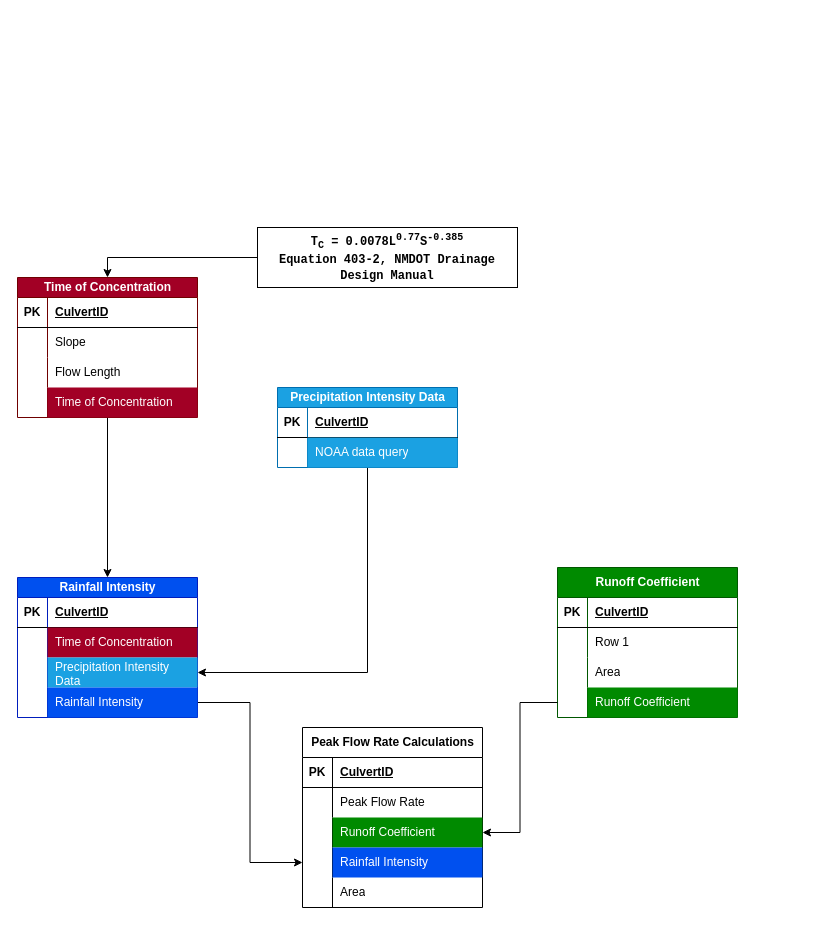
Above: NMDOT_SCHEMA.drawio in KyAshby-hdr/ArcGISProToolsAndScripts (draw.io), before the change. Source tidied: cells renumbered, new cells numbered last; positions are measured from the earlier drawing's top-left corner, leaving out a move shared by most shapes. Both pictures are drawn from the tidied source at 100%, with x=0, y=0 at pixel (17, 227).
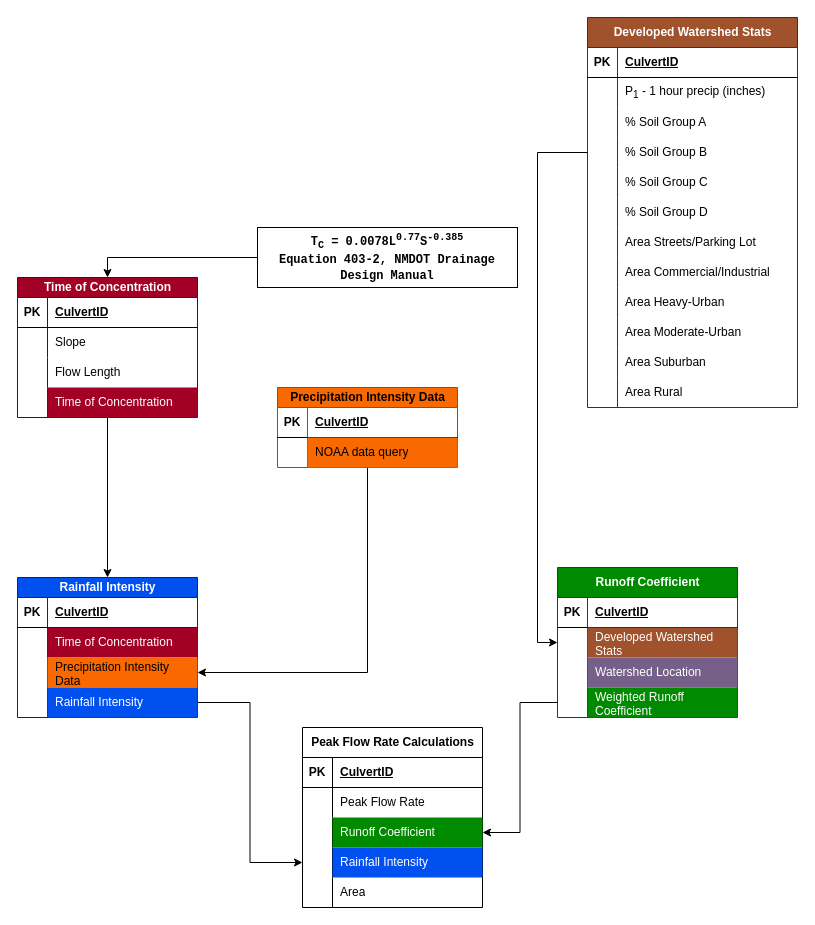
The same diagram, later.

The change refers to these unchanged cells:
```xml
<mxCell id="28" style="shape=tableRow;horizontal=0;startSize=0;swimlaneHead=0;swimlaneBody=0;fillColor=none;points=[[0,0.5],[1,0.5]];portConstraint=eastwest;top=0;left=0;right=0;bottom=0;" parent="21" vertex="1">
  <mxGeometry y="80" width="180" height="30" as="geometry" />
</mxCell>
<mxCell id="38" style="shape=tableRow;horizontal=0;startSize=0;swimlaneHead=0;swimlaneBody=0;fillColor=none;points=[[0,0.5],[1,0.5]];portConstraint=eastwest;top=0;left=0;right=0;bottom=0;" parent="34" vertex="1">
  <mxGeometry y="60" width="180" height="30" as="geometry" />
</mxCell>
<mxCell id="41" style="shape=tableRow;horizontal=0;startSize=0;swimlaneHead=0;swimlaneBody=0;fillColor=none;top=0;left=0;right=0;bottom=0;" parent="34" vertex="1">
  <mxGeometry y="90" width="180" height="30" as="geometry" />
</mxCell>
<mxCell id="44" style="shape=tableRow;horizontal=0;startSize=0;swimlaneHead=0;swimlaneBody=0;fillColor=none;points=[[0,0.5],[1,0.5]];portConstraint=eastwest;top=0;left=0;right=0;bottom=0;" parent="34" vertex="1">
  <mxGeometry y="120" width="180" height="30" as="geometry" />
</mxCell>
<mxCell id="67" style="shape=tableRow;horizontal=0;startSize=0;swimlaneHead=0;swimlaneBody=0;fillColor=none;top=0;left=0;right=0;bottom=0;" parent="63" vertex="1">
  <mxGeometry y="50" width="180" height="30" as="geometry" />
</mxCell>
```

Change to the diagram source:
```diff
@@
-    <mxCell id="30" value="Precipitation Intensity Data" style="shape=partialRectangle;fillColor=#1ba1e2;top=0;left=0;bottom=0;right=0;align=left;spacingLeft=6;overflow=hidden;whiteSpace=wrap;html=1;fontColor=#ffffff;strokeColor=#006EAF;" parent="28" vertex="1">
+    <mxCell id="30" value="Precipitation Intensity Data" style="shape=partialRectangle;fillColor=#fa6800;top=0;left=0;bottom=0;right=0;align=left;spacingLeft=6;overflow=hidden;whiteSpace=wrap;html=1;fontColor=#000000;strokeColor=#C73500;" parent="28" vertex="1">
       <mxGeometry x="30" width="150" height="30" as="geometry" />
     </mxCell>
@@
-    <mxCell id="40" value="Row 1" style="shape=partialRectangle;fillColor=none;top=0;left=0;bottom=0;right=0;align=left;spacingLeft=6;overflow=hidden;whiteSpace=wrap;html=1;" parent="38" vertex="1">
+    <mxCell id="40" value="Developed Watershed Stats" style="shape=partialRectangle;fillColor=#a0522d;top=0;left=0;bottom=0;right=0;align=left;spacingLeft=6;overflow=hidden;whiteSpace=wrap;html=1;fontColor=#ffffff;strokeColor=#6D1F00;" parent="38" vertex="1">
       <mxGeometry x="30" width="150" height="30" as="geometry" />
     </mxCell>
@@
-    <mxCell id="42" style="shape=partialRectangle;fillColor=none;top=0;left=0;bottom=0;right=0;overflow=hidden;whiteSpace=wrap;html=1;" parent="41" vertex="1">
-      <mxGeometry width="30" height="30" as="geometry" />
-    </mxCell>
-    <mxCell id="43" value="Area" style="shape=partialRectangle;fillColor=none;top=0;left=0;bottom=0;right=0;align=left;spacingLeft=6;overflow=hidden;whiteSpace=wrap;html=1;" parent="41" vertex="1">
-      <mxGeometry x="30" width="150" height="30" as="geometry" />
-    </mxCell>
+    <mxCell id="70" style="shape=partialRectangle;fillColor=none;top=0;left=0;bottom=0;right=0;overflow=hidden;whiteSpace=wrap;html=1;" parent="41" vertex="1">
+      <mxGeometry width="30" height="30" as="geometry" />
+    </mxCell>
+    <mxCell id="71" value="Watershed Location" style="shape=partialRectangle;fillColor=#76608a;top=0;left=0;bottom=0;right=0;align=left;spacingLeft=6;overflow=hidden;whiteSpace=wrap;html=1;fontColor=#ffffff;strokeColor=#432D57;" parent="41" vertex="1">
+      <mxGeometry x="30" width="150" height="30" as="geometry" />
+    </mxCell>
@@
-    <mxCell id="46" value="Runoff Coefficient" style="shape=partialRectangle;fillColor=#008a00;top=0;left=0;bottom=0;right=0;align=left;spacingLeft=6;overflow=hidden;whiteSpace=wrap;html=1;fontColor=#ffffff;strokeColor=#005700;" parent="44" vertex="1">
+    <mxCell id="46" value="Weighted Runoff Coefficient" style="shape=partialRectangle;fillColor=#008a00;top=0;left=0;bottom=0;right=0;align=left;spacingLeft=6;overflow=hidden;whiteSpace=wrap;html=1;fontColor=#ffffff;strokeColor=#005700;" parent="44" vertex="1">
       <mxGeometry x="30" width="150" height="30" as="geometry" />
     </mxCell>
@@
-    <mxCell id="63" value="Precipitation Intensity Data" style="shape=table;startSize=20;childLayout=tableLayout;rowLines=0;fontStyle=1;align=center;html=1;fillColor=#1ba1e2;fontColor=#ffffff;strokeColor=#006EAF;swimlaneLine=1;" parent="1" vertex="1">
+    <mxCell id="63" value="Precipitation Intensity Data" style="shape=table;startSize=20;childLayout=tableLayout;rowLines=0;fontStyle=1;align=center;html=1;fillColor=#fa6800;fontColor=#000000;strokeColor=#C73500;swimlaneLine=1;" parent="1" vertex="1">
       <mxGeometry x="260" y="160" width="180" height="80" as="geometry" />
     </mxCell>
@@
-    <mxCell id="69" value="NOAA data query" style="shape=partialRectangle;fillColor=#1ba1e2;top=0;left=0;bottom=0;right=0;align=left;spacingLeft=6;overflow=hidden;whiteSpace=wrap;html=1;fontColor=#ffffff;strokeColor=#006EAF;" parent="67" vertex="1">
+    <mxCell id="69" value="NOAA data query" style="shape=partialRectangle;fillColor=#fa6800;top=0;left=0;bottom=0;right=0;align=left;spacingLeft=6;overflow=hidden;whiteSpace=wrap;html=1;fontColor=#000000;strokeColor=#C73500;" parent="67" vertex="1">
       <mxGeometry x="30" width="150" height="30" as="geometry" />
     </mxCell>
+    <mxCell id="72" value="Developed Watershed Stats" style="shape=table;startSize=30;childLayout=tableLayout;rowLines=0;fontStyle=1;align=center;html=1;fillColor=#a0522d;fontColor=#ffffff;strokeColor=#6D1F00;" parent="1" vertex="1">
+      <mxGeometry x="570" y="-210" width="210" height="390" as="geometry" />
+    </mxCell>
+    <mxCell id="73" style="shape=tableRow;horizontal=0;startSize=0;swimlaneHead=0;swimlaneBody=0;fillColor=none;top=0;left=0;right=0;bottom=1;" parent="72" vertex="1">
+      <mxGeometry y="30" width="210" height="30" as="geometry" />
+    </mxCell>
+    <mxCell id="74" value="PK" style="shape=partialRectangle;fillColor=none;top=0;left=0;bottom=0;right=0;fontStyle=1;overflow=hidden;whiteSpace=wrap;html=1;" parent="73" vertex="1">
+      <mxGeometry width="30" height="30" as="geometry" />
+    </mxCell>
+    <mxCell id="75" value="CulvertID" style="shape=partialRectangle;fillColor=none;top=0;left=0;bottom=0;right=0;align=left;spacingLeft=6;fontStyle=5;overflow=hidden;whiteSpace=wrap;html=1;" parent="73" vertex="1">
+      <mxGeometry x="30" width="180" height="30" as="geometry" />
+    </mxCell>
+    <mxCell id="76" style="shape=tableRow;horizontal=0;startSize=0;swimlaneHead=0;swimlaneBody=0;fillColor=none;top=0;left=0;right=0;bottom=0;" parent="72" vertex="1">
+      <mxGeometry y="60" width="210" height="30" as="geometry" />
+    </mxCell>
+    <mxCell id="77" style="shape=partialRectangle;fillColor=none;top=0;left=0;bottom=0;right=0;overflow=hidden;whiteSpace=wrap;html=1;" parent="76" vertex="1">
+      <mxGeometry width="30" height="30" as="geometry" />
+    </mxCell>
+    <mxCell id="78" value="P&lt;sub&gt;1&lt;/sub&gt; - 1 hour precip (inches)" style="shape=partialRectangle;fillColor=none;top=0;left=0;bottom=0;right=0;align=left;spacingLeft=6;overflow=hidden;whiteSpace=wrap;html=1;" parent="76" vertex="1">
+      <mxGeometry x="30" width="180" height="30" as="geometry" />
+    </mxCell>
+    <mxCell id="79" style="shape=tableRow;horizontal=0;startSize=0;swimlaneHead=0;swimlaneBody=0;fillColor=none;top=0;left=0;right=0;bottom=0;" parent="72" vertex="1">
+      <mxGeometry y="90" width="210" height="30" as="geometry" />
+    </mxCell>
+    <mxCell id="80" style="shape=partialRectangle;fillColor=none;top=0;left=0;bottom=0;right=0;overflow=hidden;whiteSpace=wrap;html=1;" parent="79" vertex="1">
+      <mxGeometry width="30" height="30" as="geometry" />
+    </mxCell>
+    <mxCell id="81" value="% Soil Group A" style="shape=partialRectangle;fillColor=none;top=0;left=0;bottom=0;right=0;align=left;spacingLeft=6;overflow=hidden;whiteSpace=wrap;html=1;" parent="79" vertex="1">
+      <mxGeometry x="30" width="180" height="30" as="geometry" />
+    </mxCell>
+    <mxCell id="82" style="shape=tableRow;horizontal=0;startSize=0;swimlaneHead=0;swimlaneBody=0;fillColor=none;points=[[0,0.5],[1,0.5]];portConstraint=eastwest;top=0;left=0;right=0;bottom=0;" parent="72" vertex="1">
+      <mxGeometry y="120" width="210" height="30" as="geometry" />
+    </mxCell>
+    <mxCell id="83" style="shape=partialRectangle;fillColor=none;top=0;left=0;bottom=0;right=0;overflow=hidden;whiteSpace=wrap;html=1;" parent="82" vertex="1">
+      <mxGeometry width="30" height="30" as="geometry" />
+    </mxCell>
+    <mxCell id="84" value="% Soil Group B" style="shape=partialRectangle;fillColor=none;top=0;left=0;bottom=0;right=0;align=left;spacingLeft=6;overflow=hidden;whiteSpace=wrap;html=1;" parent="82" vertex="1">
+      <mxGeometry x="30" width="180" height="30" as="geometry" />
+    </mxCell>
+    <mxCell id="85" style="shape=tableRow;horizontal=0;startSize=0;swimlaneHead=0;swimlaneBody=0;fillColor=none;top=0;left=0;right=0;bottom=0;" parent="72" vertex="1">
+      <mxGeometry y="150" width="210" height="30" as="geometry" />
+    </mxCell>
+    <mxCell id="86" style="shape=partialRectangle;fillColor=none;top=0;left=0;bottom=0;right=0;overflow=hidden;whiteSpace=wrap;html=1;" parent="85" vertex="1">
+      <mxGeometry width="30" height="30" as="geometry" />
+    </mxCell>
+    <mxCell id="87" value="% Soil Group C" style="shape=partialRectangle;fillColor=none;top=0;left=0;bottom=0;right=0;align=left;spacingLeft=6;overflow=hidden;whiteSpace=wrap;html=1;" parent="85" vertex="1">
+      <mxGeometry x="30" width="180" height="30" as="geometry" />
+    </mxCell>
+    <mxCell id="88" style="shape=tableRow;horizontal=0;startSize=0;swimlaneHead=0;swimlaneBody=0;fillColor=none;top=0;left=0;right=0;bottom=0;" parent="72" vertex="1">
+      <mxGeometry y="180" width="210" height="30" as="geometry" />
+    </mxCell>
+    <mxCell id="89" style="shape=partialRectangle;fillColor=none;top=0;left=0;bottom=0;right=0;overflow=hidden;whiteSpace=wrap;html=1;" parent="88" vertex="1">
+      <mxGeometry width="30" height="30" as="geometry" />
+    </mxCell>
+    <mxCell id="90" value="% Soil Group D" style="shape=partialRectangle;fillColor=none;top=0;left=0;bottom=0;right=0;align=left;spacingLeft=6;overflow=hidden;whiteSpace=wrap;html=1;" parent="88" vertex="1">
+      <mxGeometry x="30" width="180" height="30" as="geometry" />
+    </mxCell>
+    <mxCell id="91" style="shape=tableRow;horizontal=0;startSize=0;swimlaneHead=0;swimlaneBody=0;fillColor=none;top=0;left=0;right=0;bottom=0;" parent="72" vertex="1">
+      <mxGeometry y="210" width="210" height="30" as="geometry" />
+    </mxCell>
+    <mxCell id="92" style="shape=partialRectangle;fillColor=none;top=0;left=0;bottom=0;right=0;overflow=hidden;whiteSpace=wrap;html=1;" parent="91" vertex="1">
+      <mxGeometry width="30" height="30" as="geometry" />
+    </mxCell>
+    <mxCell id="93" value="Area Streets/Parking Lot" style="shape=partialRectangle;fillColor=none;top=0;left=0;bottom=0;right=0;align=left;spacingLeft=6;overflow=hidden;whiteSpace=wrap;html=1;" parent="91" vertex="1">
+      <mxGeometry x="30" width="180" height="30" as="geometry" />
+    </mxCell>
+    <mxCell id="94" style="shape=tableRow;horizontal=0;startSize=0;swimlaneHead=0;swimlaneBody=0;fillColor=none;top=0;left=0;right=0;bottom=0;" parent="72" vertex="1">
+      <mxGeometry y="240" width="210" height="30" as="geometry" />
+    </mxCell>
+    <mxCell id="95" style="shape=partialRectangle;fillColor=none;top=0;left=0;bottom=0;right=0;overflow=hidden;whiteSpace=wrap;html=1;" parent="94" vertex="1">
+      <mxGeometry width="30" height="30" as="geometry" />
+    </mxCell>
+    <mxCell id="96" value="Area Commercial/Industrial" style="shape=partialRectangle;fillColor=none;top=0;left=0;bottom=0;right=0;align=left;spacingLeft=6;overflow=hidden;whiteSpace=wrap;html=1;" parent="94" vertex="1">
+      <mxGeometry x="30" width="180" height="30" as="geometry" />
+    </mxCell>
+    <mxCell id="97" style="shape=tableRow;horizontal=0;startSize=0;swimlaneHead=0;swimlaneBody=0;fillColor=none;top=0;left=0;right=0;bottom=0;" parent="72" vertex="1">
+      <mxGeometry y="270" width="210" height="30" as="geometry" />
+    </mxCell>
+    <mxCell id="98" style="shape=partialRectangle;fillColor=none;top=0;left=0;bottom=0;right=0;overflow=hidden;whiteSpace=wrap;html=1;" parent="97" vertex="1">
+      <mxGeometry width="30" height="30" as="geometry" />
+    </mxCell>
+    <mxCell id="99" value="Area Heavy-Urban" style="shape=partialRectangle;fillColor=none;top=0;left=0;bottom=0;right=0;align=left;spacingLeft=6;overflow=hidden;whiteSpace=wrap;html=1;" parent="97" vertex="1">
+      <mxGeometry x="30" width="180" height="30" as="geometry" />
+    </mxCell>
+    <mxCell id="100" style="shape=tableRow;horizontal=0;startSize=0;swimlaneHead=0;swimlaneBody=0;fillColor=none;top=0;left=0;right=0;bottom=0;" parent="72" vertex="1">
+      <mxGeometry y="300" width="210" height="30" as="geometry" />
+    </mxCell>
+    <mxCell id="101" style="shape=partialRectangle;fillColor=none;top=0;left=0;bottom=0;right=0;overflow=hidden;whiteSpace=wrap;html=1;" parent="100" vertex="1">
+      <mxGeometry width="30" height="30" as="geometry" />
+    </mxCell>
+    <mxCell id="102" value="Area Moderate-Urban" style="shape=partialRectangle;fillColor=none;top=0;left=0;bottom=0;right=0;align=left;spacingLeft=6;overflow=hidden;whiteSpace=wrap;html=1;" parent="100" vertex="1">
+      <mxGeometry x="30" width="180" height="30" as="geometry" />
+    </mxCell>
+    <mxCell id="103" style="shape=tableRow;horizontal=0;startSize=0;swimlaneHead=0;swimlaneBody=0;fillColor=none;top=0;left=0;right=0;bottom=0;" parent="72" vertex="1">
+      <mxGeometry y="330" width="210" height="30" as="geometry" />
+    </mxCell>
+    <mxCell id="104" style="shape=partialRectangle;fillColor=none;top=0;left=0;bottom=0;right=0;overflow=hidden;whiteSpace=wrap;html=1;" parent="103" vertex="1">
+      <mxGeometry width="30" height="30" as="geometry" />
+    </mxCell>
+    <mxCell id="105" value="Area Suburban" style="shape=partialRectangle;fillColor=none;top=0;left=0;bottom=0;right=0;align=left;spacingLeft=6;overflow=hidden;whiteSpace=wrap;html=1;" parent="103" vertex="1">
+      <mxGeometry x="30" width="180" height="30" as="geometry" />
+    </mxCell>
+    <mxCell id="106" style="shape=tableRow;horizontal=0;startSize=0;swimlaneHead=0;swimlaneBody=0;fillColor=none;top=0;left=0;right=0;bottom=0;" parent="72" vertex="1">
+      <mxGeometry y="360" width="210" height="30" as="geometry" />
+    </mxCell>
+    <mxCell id="107" style="shape=partialRectangle;fillColor=none;top=0;left=0;bottom=0;right=0;overflow=hidden;whiteSpace=wrap;html=1;" parent="106" vertex="1">
+      <mxGeometry width="30" height="30" as="geometry" />
+    </mxCell>
+    <mxCell id="108" value="Area Rural" style="shape=partialRectangle;fillColor=none;top=0;left=0;bottom=0;right=0;align=left;spacingLeft=6;overflow=hidden;whiteSpace=wrap;html=1;" parent="106" vertex="1">
+      <mxGeometry x="30" width="180" height="30" as="geometry" />
+    </mxCell>
+    <mxCell id="109" style="edgeStyle=orthogonalEdgeStyle;rounded=0;jettySize=auto;html=1;exitX=0;exitY=0.5;exitDx=0;exitDy=0;entryX=0;entryY=0.5;entryDx=0;entryDy=0;" parent="1" edge="1" source="82" target="38">
+      <mxGeometry relative="1" as="geometry" />
+    </mxCell>
```
